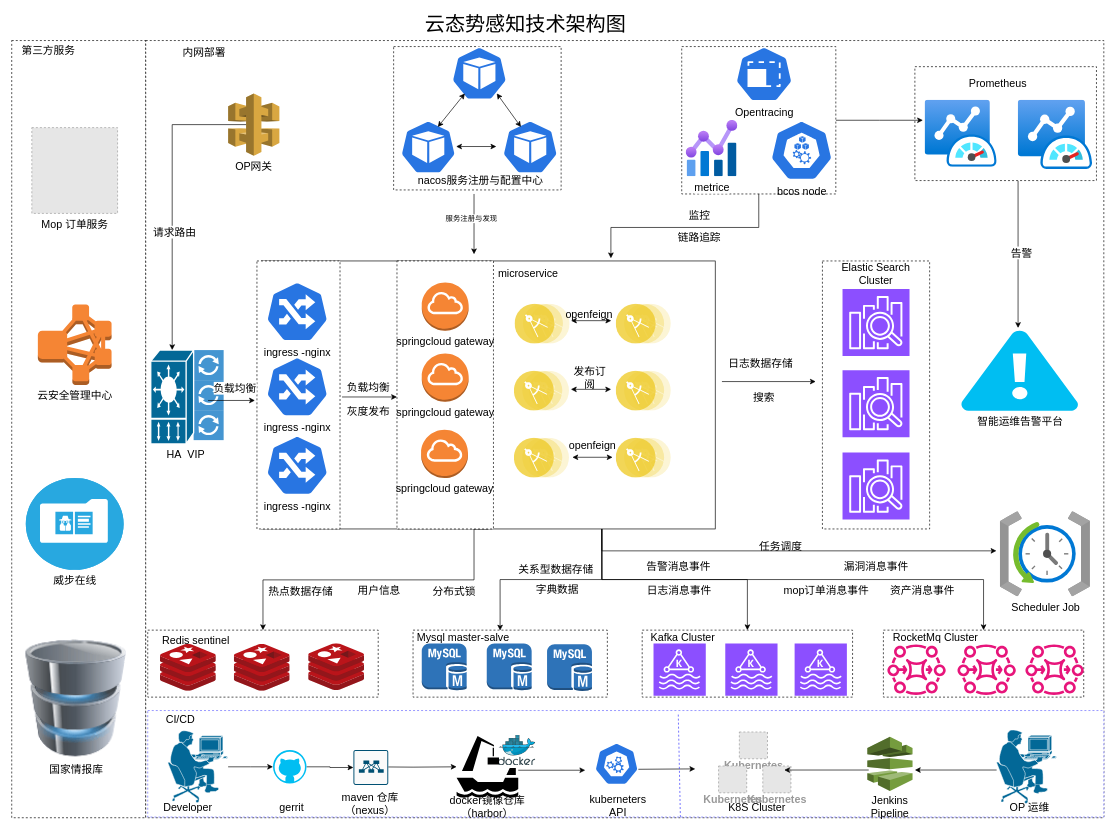
Earlier version of the draw.io diagram 云态势技术架构图.drawio (zuohengfeng/draw.io). Source tidied: cells renumbered, new cells numbered last; positions are measured from the earlier drawing's top-left corner, leaving out a move shared by most shapes. Both pictures are drawn from the tidied source at 67%, with x=0, y=0 at pixel (11, 13). Pictures stored in the file or linked from it are replaced by grey dashed boxes.
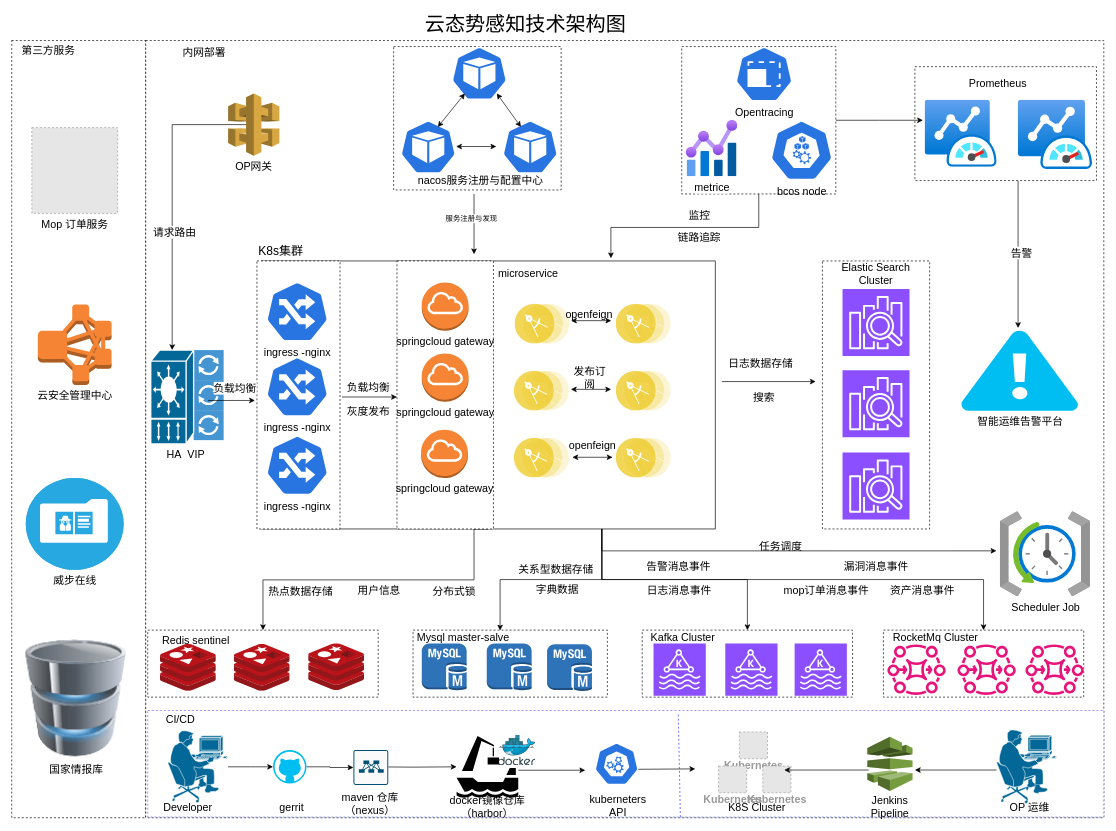
After the change.

Commit message:
云态势技术架构图.drawio

The edit, as a diff of the source:
```diff
@@
+    <mxCell id="145" value="&lt;font style=&quot;font-size: 18px;&quot;&gt;K8s集群&lt;/font&gt;" style="text;html=1;align=center;verticalAlign=middle;whiteSpace=wrap;rounded=0;" parent="1" vertex="1">
+      <mxGeometry x="363" y="339" width="78" height="30" as="geometry" />
+    </mxCell>
```
